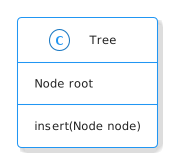
Before: files/posts/binary-search-tree-node-insertion/tree.png, a diagram exported from PlantUML (necromuralist/Bowling-For-Data).
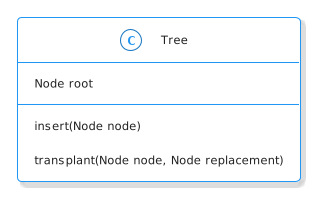
Above is the later version.

Commit message:
Added "transplant" method to the tree to replace sub-trees

Diff of the diagram source:
```diff
@@ -4,5 +4,6 @@
 class Tree {
  Node root
  insert(Node node)
+ transplant(Node node, Node replacement)
 }
 @enduml
```
